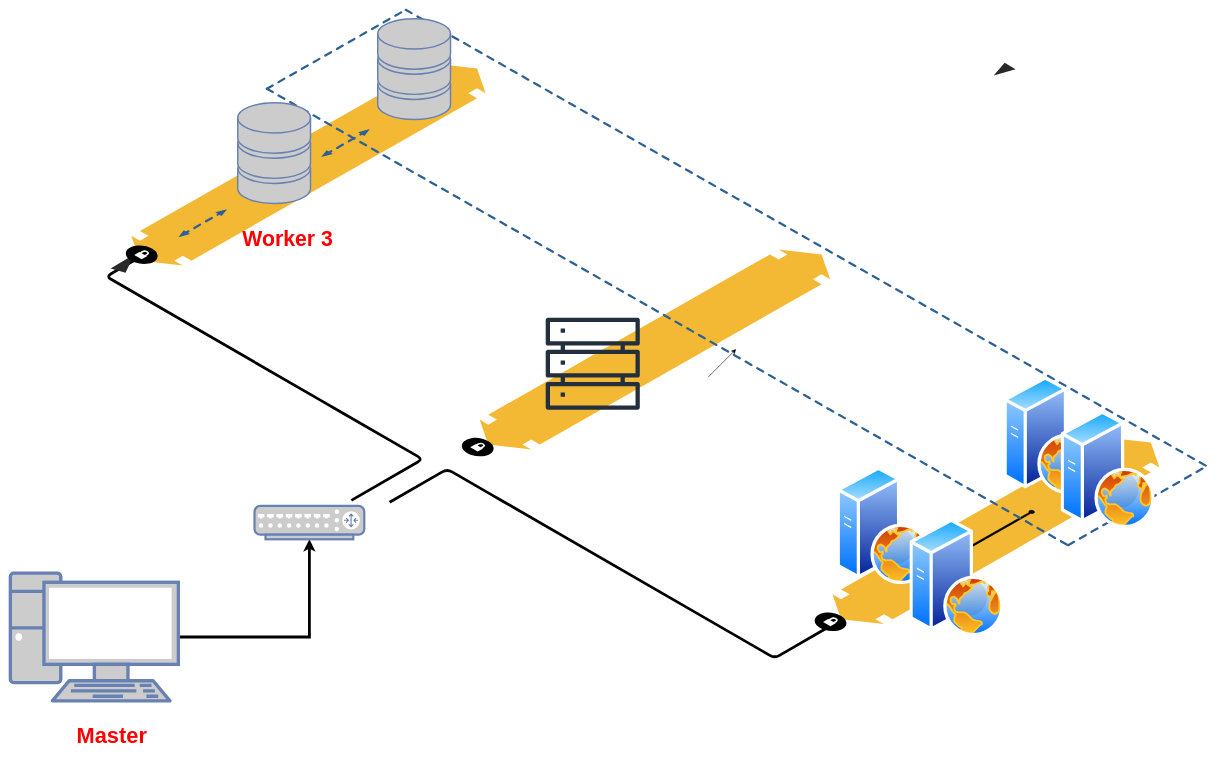
AyoubTe/AyoubTe keeps this draw.io diagram as infra.drawio. Above is the earlier version. Source tidied: cells renumbered, new cells numbered last; positions are measured from the earlier drawing's top-left corner, leaving out a move shared by most shapes. Both pictures are drawn from the tidied source at 56%, with x=0, y=0 at pixel (10, 10).
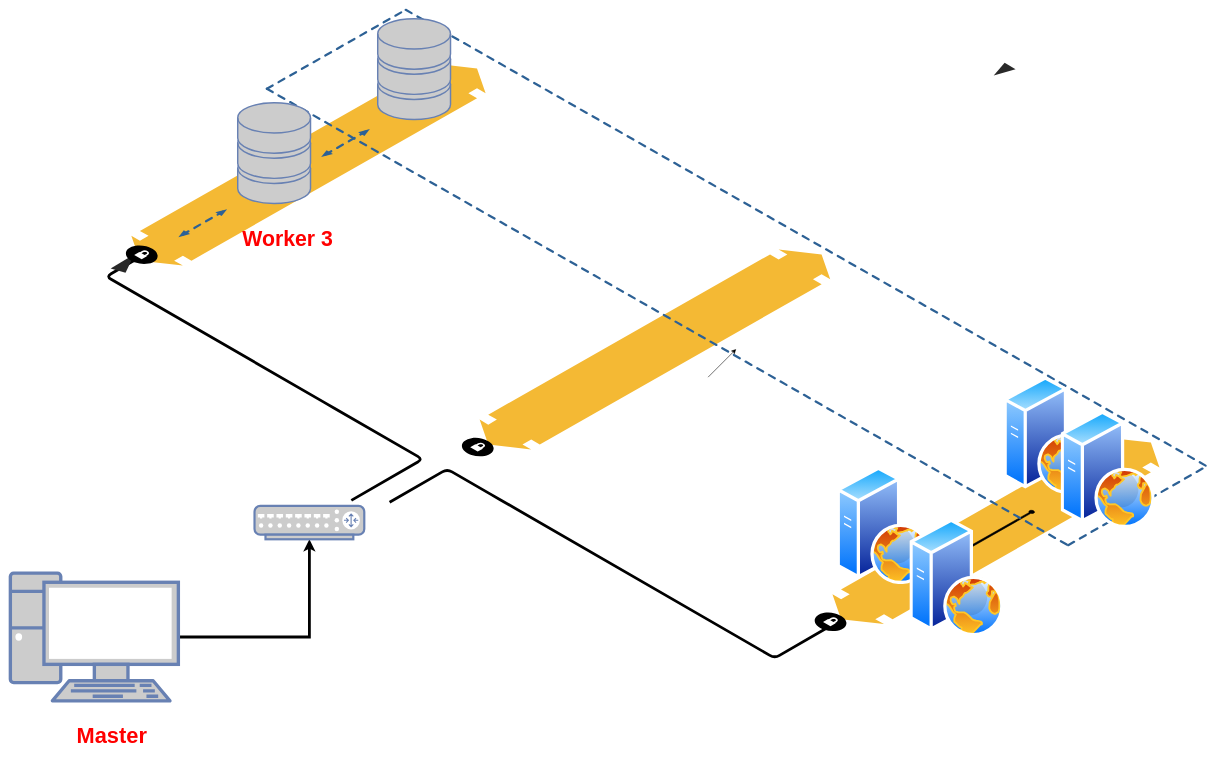
After the change.

Commit message (it also covers changes not shown here):
Mettre à jour infra.drawio

Change to the diagram source:
```diff
@@
-    <mxCell id="28" style="sketch=0;fontColor=#232F3E;gradientColor=none;fillColor=#232F3D;strokeColor=none;dashed=0;verticalLabelPosition=bottom;verticalAlign=top;align=center;html=1;fontSize=12;fontStyle=0;shape=mxgraph.aws4.servers;" parent="1" vertex="1">
-      <mxGeometry x="956" y="548" width="168" height="168" as="geometry" />
-    </mxCell>
```
